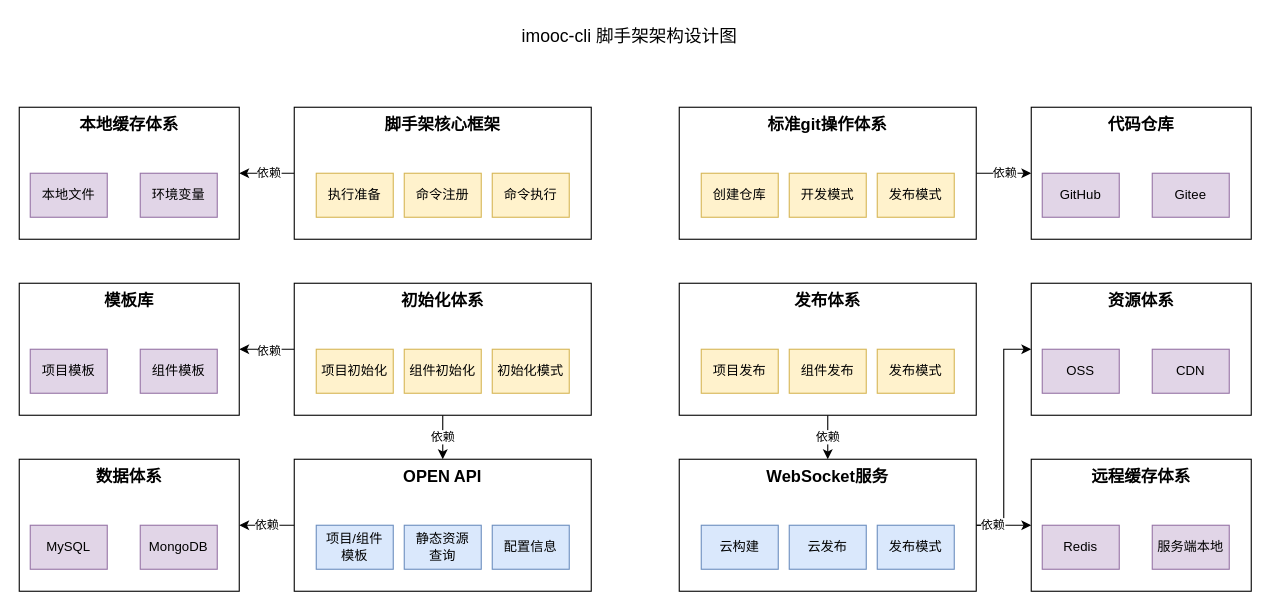
This is imooc/fe-architect/imooc-cli脚手架架构设计图.drawio from djzhao627/draw.io, a draw.io file, before an edit. Source tidied: cells renumbered, new cells numbered last; positions are measured from the earlier drawing's top-left corner, leaving out a move shared by most shapes. Both pictures are drawn from the tidied source at 110%, with x=0, y=0 at pixel (19, 19).
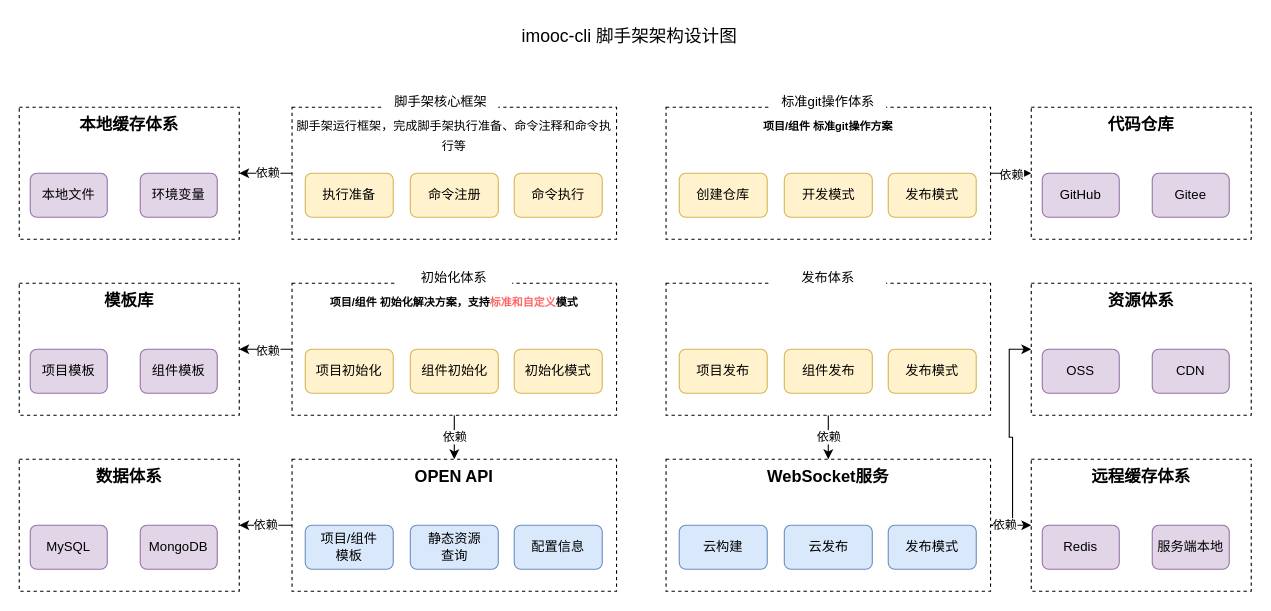
The same diagram, later.

Commit message (it also covers changes not shown here):
更新imooc-cli脚手架架构设计图.drawio

Change to the diagram source:
```diff
@@
-    <mxCell id="5" value="脚手架核心框架" style="rounded=0;whiteSpace=wrap;html=1;verticalAlign=top;fontSize=15;fontStyle=1;" parent="1" vertex="1">
-      <mxGeometry x="250" y="80" width="270" height="120" as="geometry" />
+    <mxCell id="5" value="&lt;span style=&quot;font-weight: normal;&quot;&gt;&lt;font style=&quot;font-size: 11px;&quot;&gt;脚手架运行框架，完成脚手架执行准备、命令注释和命令执行等&lt;/font&gt;&lt;/span&gt;" style="rounded=0;whiteSpace=wrap;html=1;verticalAlign=top;fontSize=15;fontStyle=1;dashed=1;" parent="1" vertex="1">
+      <mxGeometry x="248" y="80" width="295" height="120" as="geometry" />
     </mxCell>
@@
-    <mxCell id="8" value="标准git操作体系" style="rounded=0;whiteSpace=wrap;html=1;verticalAlign=top;fontSize=15;fontStyle=1;" parent="1" vertex="1">
-      <mxGeometry x="600" y="80" width="270" height="120" as="geometry" />
+    <mxCell id="8" value="&lt;font style=&quot;font-size: 10px;&quot;&gt;项目/组件 标准git操作方案&lt;/font&gt;" style="rounded=0;whiteSpace=wrap;html=1;verticalAlign=top;fontSize=15;fontStyle=1;dashed=1;" parent="1" vertex="1">
+      <mxGeometry x="588" y="80" width="295" height="120" as="geometry" />
     </mxCell>
@@
-    <mxCell id="12" value="初始化体系&lt;br&gt;" style="rounded=0;whiteSpace=wrap;html=1;verticalAlign=top;fontSize=15;fontStyle=1;" parent="1" vertex="1">
-      <mxGeometry x="250" y="240" width="270" height="120" as="geometry" />
+    <mxCell id="12" value="&lt;font style=&quot;font-size: 10px;&quot;&gt;项目/组件 初始化解决方案，支持&lt;font color=&quot;#ff6666&quot;&gt;标准和自定义&lt;/font&gt;模式&lt;/font&gt;" style="rounded=0;whiteSpace=wrap;html=1;verticalAlign=top;fontSize=15;fontStyle=1;dashed=1;" parent="1" vertex="1">
+      <mxGeometry x="248" y="240" width="295" height="120" as="geometry" />
     </mxCell>
@@
-    <mxCell id="14" value="发布体系" style="rounded=0;whiteSpace=wrap;html=1;verticalAlign=top;fontSize=15;fontStyle=1;" parent="1" vertex="1">
-      <mxGeometry x="600" y="240" width="270" height="120" as="geometry" />
+    <mxCell id="14" style="rounded=0;whiteSpace=wrap;html=1;verticalAlign=top;fontSize=15;fontStyle=1;dashed=1;" parent="1" vertex="1">
+      <mxGeometry x="588" y="240" width="295" height="120" as="geometry" />
     </mxCell>
@@
-    <mxCell id="16" value="OPEN API" style="rounded=0;whiteSpace=wrap;html=1;verticalAlign=top;fontSize=15;fontStyle=1;" parent="1" vertex="1">
-      <mxGeometry x="250" y="400" width="270" height="120" as="geometry" />
+    <mxCell id="16" value="OPEN API" style="rounded=0;whiteSpace=wrap;html=1;verticalAlign=top;fontSize=15;fontStyle=1;dashed=1;" parent="1" vertex="1">
+      <mxGeometry x="248" y="400" width="295" height="120" as="geometry" />
     </mxCell>
@@
-    <mxCell id="20" value="WebSocket服务" style="rounded=0;whiteSpace=wrap;html=1;verticalAlign=top;fontSize=15;fontStyle=1;" parent="1" vertex="1">
-      <mxGeometry x="600" y="400" width="270" height="120" as="geometry" />
+    <mxCell id="20" value="WebSocket服务" style="rounded=0;whiteSpace=wrap;html=1;verticalAlign=top;fontSize=15;fontStyle=1;dashed=1;" parent="1" vertex="1">
+      <mxGeometry x="588" y="400" width="295" height="120" as="geometry" />
     </mxCell>
-    <mxCell id="21" value="项目初始化" style="rounded=0;whiteSpace=wrap;html=1;fillColor=#fff2cc;strokeColor=#d6b656;" parent="1" vertex="1">
-      <mxGeometry x="270" y="300" width="70" height="40" as="geometry" />
+    <mxCell id="21" value="项目初始化" style="rounded=1;whiteSpace=wrap;html=1;fillColor=#fff2cc;strokeColor=#d6b656;" parent="1" vertex="1">
+      <mxGeometry x="260" y="300" width="80" height="40" as="geometry" />
     </mxCell>
-    <mxCell id="22" value="组件初始化" style="rounded=0;whiteSpace=wrap;html=1;fillColor=#fff2cc;strokeColor=#d6b656;" parent="1" vertex="1">
-      <mxGeometry x="350" y="300" width="70" height="40" as="geometry" />
+    <mxCell id="22" value="组件初始化" style="rounded=1;whiteSpace=wrap;html=1;fillColor=#fff2cc;strokeColor=#d6b656;" parent="1" vertex="1">
+      <mxGeometry x="355.5" y="300" width="80" height="40" as="geometry" />
     </mxCell>
-    <mxCell id="23" value="初始化模式" style="rounded=0;whiteSpace=wrap;html=1;fillColor=#fff2cc;strokeColor=#d6b656;" parent="1" vertex="1">
-      <mxGeometry x="430" y="300" width="70" height="40" as="geometry" />
+    <mxCell id="23" value="初始化模式" style="rounded=1;whiteSpace=wrap;html=1;fillColor=#fff2cc;strokeColor=#d6b656;" parent="1" vertex="1">
+      <mxGeometry x="450" y="300" width="80" height="40" as="geometry" />
     </mxCell>
-    <mxCell id="24" value="项目发布" style="rounded=0;whiteSpace=wrap;html=1;fillColor=#fff2cc;strokeColor=#d6b656;" parent="1" vertex="1">
-      <mxGeometry x="620" y="300" width="70" height="40" as="geometry" />
+    <mxCell id="24" value="项目发布" style="rounded=1;whiteSpace=wrap;html=1;fillColor=#fff2cc;strokeColor=#d6b656;" parent="1" vertex="1">
+      <mxGeometry x="600" y="300" width="80" height="40" as="geometry" />
     </mxCell>
-    <mxCell id="25" value="组件发布" style="rounded=0;whiteSpace=wrap;html=1;fillColor=#fff2cc;strokeColor=#d6b656;" parent="1" vertex="1">
-      <mxGeometry x="700" y="300" width="70" height="40" as="geometry" />
+    <mxCell id="25" value="组件发布" style="rounded=1;whiteSpace=wrap;html=1;fillColor=#fff2cc;strokeColor=#d6b656;" parent="1" vertex="1">
+      <mxGeometry x="695.5" y="300" width="80" height="40" as="geometry" />
     </mxCell>
-    <mxCell id="26" value="发布模式" style="rounded=0;whiteSpace=wrap;html=1;fillColor=#fff2cc;strokeColor=#d6b656;" parent="1" vertex="1">
-      <mxGeometry x="780" y="300" width="70" height="40" as="geometry" />
+    <mxCell id="26" value="发布模式" style="rounded=1;whiteSpace=wrap;html=1;fillColor=#fff2cc;strokeColor=#d6b656;" parent="1" vertex="1">
+      <mxGeometry x="790" y="300" width="80" height="40" as="geometry" />
     </mxCell>
-    <mxCell id="27" value="云构建" style="rounded=0;whiteSpace=wrap;html=1;fillColor=#dae8fc;strokeColor=#6c8ebf;" parent="1" vertex="1">
-      <mxGeometry x="620" y="460" width="70" height="40" as="geometry" />
+    <mxCell id="27" value="云构建" style="rounded=1;whiteSpace=wrap;html=1;fillColor=#dae8fc;strokeColor=#6c8ebf;" parent="1" vertex="1">
+      <mxGeometry x="600" y="460" width="80" height="40" as="geometry" />
     </mxCell>
-    <mxCell id="28" value="云发布" style="rounded=0;whiteSpace=wrap;html=1;fillColor=#dae8fc;strokeColor=#6c8ebf;" parent="1" vertex="1">
-      <mxGeometry x="700" y="460" width="70" height="40" as="geometry" />
+    <mxCell id="28" value="云发布" style="rounded=1;whiteSpace=wrap;html=1;fillColor=#dae8fc;strokeColor=#6c8ebf;" parent="1" vertex="1">
+      <mxGeometry x="695.5" y="460" width="80" height="40" as="geometry" />
     </mxCell>
-    <mxCell id="29" value="发布模式" style="rounded=0;whiteSpace=wrap;html=1;fillColor=#dae8fc;strokeColor=#6c8ebf;" parent="1" vertex="1">
-      <mxGeometry x="780" y="460" width="70" height="40" as="geometry" />
+    <mxCell id="29" value="发布模式" style="rounded=1;whiteSpace=wrap;html=1;fillColor=#dae8fc;strokeColor=#6c8ebf;" parent="1" vertex="1">
+      <mxGeometry x="790" y="460" width="80" height="40" as="geometry" />
     </mxCell>
-    <mxCell id="30" value="静态资源&lt;br&gt;查询" style="rounded=0;whiteSpace=wrap;html=1;fillColor=#dae8fc;strokeColor=#6c8ebf;" parent="1" vertex="1">
-      <mxGeometry x="350" y="460" width="70" height="40" as="geometry" />
+    <mxCell id="30" value="静态资源&lt;br&gt;查询" style="rounded=1;whiteSpace=wrap;html=1;fillColor=#dae8fc;strokeColor=#6c8ebf;" parent="1" vertex="1">
+      <mxGeometry x="355.5" y="460" width="80" height="40" as="geometry" />
     </mxCell>
-    <mxCell id="31" value="配置信息" style="rounded=0;whiteSpace=wrap;html=1;fillColor=#dae8fc;strokeColor=#6c8ebf;" parent="1" vertex="1">
-      <mxGeometry x="430" y="460" width="70" height="40" as="geometry" />
+    <mxCell id="31" value="配置信息" style="rounded=1;whiteSpace=wrap;html=1;fillColor=#dae8fc;strokeColor=#6c8ebf;" parent="1" vertex="1">
+      <mxGeometry x="450" y="460" width="80" height="40" as="geometry" />
     </mxCell>
-    <mxCell id="32" value="项目/组件&lt;br&gt;模板" style="rounded=0;whiteSpace=wrap;html=1;fillColor=#dae8fc;strokeColor=#6c8ebf;" parent="1" vertex="1">
-      <mxGeometry x="270" y="460" width="70" height="40" as="geometry" />
+    <mxCell id="32" value="项目/组件&lt;br&gt;模板" style="rounded=1;whiteSpace=wrap;html=1;fillColor=#dae8fc;strokeColor=#6c8ebf;" parent="1" vertex="1">
+      <mxGeometry x="260" y="460" width="80" height="40" as="geometry" />
     </mxCell>
-    <mxCell id="33" value="创建仓库" style="rounded=0;whiteSpace=wrap;html=1;fillColor=#fff2cc;strokeColor=#d6b656;" parent="1" vertex="1">
-      <mxGeometry x="620" y="140" width="70" height="40" as="geometry" />
+    <mxCell id="33" value="创建仓库" style="rounded=1;whiteSpace=wrap;html=1;fillColor=#fff2cc;strokeColor=#d6b656;" parent="1" vertex="1">
+      <mxGeometry x="600" y="140" width="80" height="40" as="geometry" />
     </mxCell>
-    <mxCell id="34" value="开发模式" style="rounded=0;whiteSpace=wrap;html=1;fillColor=#fff2cc;strokeColor=#d6b656;" parent="1" vertex="1">
-      <mxGeometry x="700" y="140" width="70" height="40" as="geometry" />
+    <mxCell id="34" value="开发模式" style="rounded=1;whiteSpace=wrap;html=1;fillColor=#fff2cc;strokeColor=#d6b656;" parent="1" vertex="1">
+      <mxGeometry x="695.5" y="140" width="80" height="40" as="geometry" />
     </mxCell>
-    <mxCell id="35" value="发布模式" style="rounded=0;whiteSpace=wrap;html=1;fillColor=#fff2cc;strokeColor=#d6b656;" parent="1" vertex="1">
-      <mxGeometry x="780" y="140" width="70" height="40" as="geometry" />
+    <mxCell id="35" value="发布模式" style="rounded=1;whiteSpace=wrap;html=1;fillColor=#fff2cc;strokeColor=#d6b656;" parent="1" vertex="1">
+      <mxGeometry x="790" y="140" width="80" height="40" as="geometry" />
     </mxCell>
-    <mxCell id="36" value="执行准备" style="rounded=0;whiteSpace=wrap;html=1;fillColor=#fff2cc;strokeColor=#d6b656;" parent="1" vertex="1">
-      <mxGeometry x="270" y="140" width="70" height="40" as="geometry" />
+    <mxCell id="36" value="执行准备" style="rounded=1;whiteSpace=wrap;html=1;fillColor=#fff2cc;strokeColor=#d6b656;" parent="1" vertex="1">
+      <mxGeometry x="260" y="140" width="80" height="40" as="geometry" />
     </mxCell>
-    <mxCell id="37" value="命令执行" style="rounded=0;whiteSpace=wrap;html=1;fillColor=#fff2cc;strokeColor=#d6b656;" parent="1" vertex="1">
-      <mxGeometry x="430" y="140" width="70" height="40" as="geometry" />
+    <mxCell id="37" value="命令执行" style="rounded=1;whiteSpace=wrap;html=1;fillColor=#fff2cc;strokeColor=#d6b656;" parent="1" vertex="1">
+      <mxGeometry x="450" y="140" width="80" height="40" as="geometry" />
     </mxCell>
-    <mxCell id="38" value="命令注册" style="rounded=0;whiteSpace=wrap;html=1;fillColor=#fff2cc;strokeColor=#d6b656;" parent="1" vertex="1">
-      <mxGeometry x="350" y="140" width="70" height="40" as="geometry" />
+    <mxCell id="38" value="命令注册" style="rounded=1;whiteSpace=wrap;html=1;fillColor=#fff2cc;strokeColor=#d6b656;" parent="1" vertex="1">
+      <mxGeometry x="355.5" y="140" width="80" height="40" as="geometry" />
     </mxCell>
-    <mxCell id="39" value="代码仓库" style="rounded=0;whiteSpace=wrap;html=1;verticalAlign=top;fontSize=15;fontStyle=1;" parent="1" vertex="1">
+    <mxCell id="39" value="代码仓库" style="rounded=0;whiteSpace=wrap;html=1;verticalAlign=top;fontSize=15;fontStyle=1;dashed=1;" parent="1" vertex="1">
       <mxGeometry x="920" y="80" width="200" height="120" as="geometry" />
     </mxCell>
-    <mxCell id="40" value="GitHub" style="rounded=0;whiteSpace=wrap;html=1;fillColor=#e1d5e7;strokeColor=#9673a6;" parent="1" vertex="1">
+    <mxCell id="40" value="GitHub" style="rounded=1;whiteSpace=wrap;html=1;fillColor=#e1d5e7;strokeColor=#9673a6;" parent="1" vertex="1">
       <mxGeometry x="930" y="140" width="70" height="40" as="geometry" />
     </mxCell>
-    <mxCell id="41" value="Gitee" style="rounded=0;whiteSpace=wrap;html=1;fillColor=#e1d5e7;strokeColor=#9673a6;" parent="1" vertex="1">
+    <mxCell id="41" value="Gitee" style="rounded=1;whiteSpace=wrap;html=1;fillColor=#e1d5e7;strokeColor=#9673a6;" parent="1" vertex="1">
       <mxGeometry x="1030" y="140" width="70" height="40" as="geometry" />
     </mxCell>
-    <mxCell id="42" value="资源体系" style="rounded=0;whiteSpace=wrap;html=1;verticalAlign=top;fontSize=15;fontStyle=1;" parent="1" vertex="1">
+    <mxCell id="42" value="资源体系" style="rounded=0;whiteSpace=wrap;html=1;verticalAlign=top;fontSize=15;fontStyle=1;dashed=1;" parent="1" vertex="1">
       <mxGeometry x="920" y="240" width="200" height="120" as="geometry" />
     </mxCell>
-    <mxCell id="43" value="OSS" style="rounded=0;whiteSpace=wrap;html=1;fillColor=#e1d5e7;strokeColor=#9673a6;" parent="1" vertex="1">
+    <mxCell id="43" value="OSS" style="rounded=1;whiteSpace=wrap;html=1;fillColor=#e1d5e7;strokeColor=#9673a6;" parent="1" vertex="1">
       <mxGeometry x="930" y="300" width="70" height="40" as="geometry" />
     </mxCell>
-    <mxCell id="44" value="CDN" style="rounded=0;whiteSpace=wrap;html=1;fillColor=#e1d5e7;strokeColor=#9673a6;" parent="1" vertex="1">
+    <mxCell id="44" value="CDN" style="rounded=1;whiteSpace=wrap;html=1;fillColor=#e1d5e7;strokeColor=#9673a6;" parent="1" vertex="1">
       <mxGeometry x="1030" y="300" width="70" height="40" as="geometry" />
     </mxCell>
-    <mxCell id="45" value="远程缓存体系" style="rounded=0;whiteSpace=wrap;html=1;verticalAlign=top;fontSize=15;fontStyle=1;" parent="1" vertex="1">
+    <mxCell id="45" value="远程缓存体系" style="rounded=0;whiteSpace=wrap;html=1;verticalAlign=top;fontSize=15;fontStyle=1;dashed=1;" parent="1" vertex="1">
       <mxGeometry x="920" y="400" width="200" height="120" as="geometry" />
     </mxCell>
-    <mxCell id="46" value="Redis" style="rounded=0;whiteSpace=wrap;html=1;fillColor=#e1d5e7;strokeColor=#9673a6;" parent="1" vertex="1">
+    <mxCell id="46" value="Redis" style="rounded=1;whiteSpace=wrap;html=1;fillColor=#e1d5e7;strokeColor=#9673a6;" parent="1" vertex="1">
       <mxGeometry x="930" y="460" width="70" height="40" as="geometry" />
     </mxCell>
-    <mxCell id="47" value="服务端本地" style="rounded=0;whiteSpace=wrap;html=1;fillColor=#e1d5e7;strokeColor=#9673a6;" parent="1" vertex="1">
+    <mxCell id="47" value="服务端本地" style="rounded=1;whiteSpace=wrap;html=1;fillColor=#e1d5e7;strokeColor=#9673a6;" parent="1" vertex="1">
       <mxGeometry x="1030" y="460" width="70" height="40" as="geometry" />
     </mxCell>
-    <mxCell id="48" value="本地缓存体系" style="rounded=0;whiteSpace=wrap;html=1;verticalAlign=top;fontSize=15;fontStyle=1;" parent="1" vertex="1">
+    <mxCell id="48" value="本地缓存体系" style="rounded=0;whiteSpace=wrap;html=1;verticalAlign=top;fontSize=15;fontStyle=1;dashed=1;" parent="1" vertex="1">
       <mxGeometry y="80" width="200" height="120" as="geometry" />
     </mxCell>
-    <mxCell id="49" value="本地文件" style="rounded=0;whiteSpace=wrap;html=1;fillColor=#e1d5e7;strokeColor=#9673a6;" parent="1" vertex="1">
+    <mxCell id="49" value="本地文件" style="rounded=1;whiteSpace=wrap;html=1;fillColor=#e1d5e7;strokeColor=#9673a6;" parent="1" vertex="1">
       <mxGeometry x="10" y="140" width="70" height="40" as="geometry" />
     </mxCell>
-    <mxCell id="50" value="环境变量" style="rounded=0;whiteSpace=wrap;html=1;fillColor=#e1d5e7;strokeColor=#9673a6;" parent="1" vertex="1">
+    <mxCell id="50" value="环境变量" style="rounded=1;whiteSpace=wrap;html=1;fillColor=#e1d5e7;strokeColor=#9673a6;" parent="1" vertex="1">
       <mxGeometry x="110" y="140" width="70" height="40" as="geometry" />
     </mxCell>
-    <mxCell id="51" value="模板库" style="rounded=0;whiteSpace=wrap;html=1;verticalAlign=top;fontSize=15;fontStyle=1;" parent="1" vertex="1">
+    <mxCell id="51" value="模板库" style="rounded=0;whiteSpace=wrap;html=1;verticalAlign=top;fontSize=15;fontStyle=1;dashed=1;" parent="1" vertex="1">
       <mxGeometry y="240" width="200" height="120" as="geometry" />
     </mxCell>
-    <mxCell id="52" value="项目模板" style="rounded=0;whiteSpace=wrap;html=1;fillColor=#e1d5e7;strokeColor=#9673a6;" parent="1" vertex="1">
+    <mxCell id="52" value="项目模板" style="rounded=1;whiteSpace=wrap;html=1;fillColor=#e1d5e7;strokeColor=#9673a6;" parent="1" vertex="1">
       <mxGeometry x="10" y="300" width="70" height="40" as="geometry" />
     </mxCell>
-    <mxCell id="53" value="组件模板" style="rounded=0;whiteSpace=wrap;html=1;fillColor=#e1d5e7;strokeColor=#9673a6;" parent="1" vertex="1">
+    <mxCell id="53" value="组件模板" style="rounded=1;whiteSpace=wrap;html=1;fillColor=#e1d5e7;strokeColor=#9673a6;" parent="1" vertex="1">
       <mxGeometry x="110" y="300" width="70" height="40" as="geometry" />
     </mxCell>
-    <mxCell id="54" value="数据体系" style="rounded=0;whiteSpace=wrap;html=1;verticalAlign=top;fontSize=15;fontStyle=1;" parent="1" vertex="1">
+    <mxCell id="54" value="数据体系" style="rounded=0;whiteSpace=wrap;html=1;verticalAlign=top;fontSize=15;fontStyle=1;dashed=1;" parent="1" vertex="1">
       <mxGeometry y="400" width="200" height="120" as="geometry" />
     </mxCell>
-    <mxCell id="55" value="MySQL" style="rounded=0;whiteSpace=wrap;html=1;fillColor=#e1d5e7;strokeColor=#9673a6;" parent="1" vertex="1">
+    <mxCell id="55" value="MySQL" style="rounded=1;whiteSpace=wrap;html=1;fillColor=#e1d5e7;strokeColor=#9673a6;" parent="1" vertex="1">
       <mxGeometry x="10" y="460" width="70" height="40" as="geometry" />
     </mxCell>
-    <mxCell id="56" value="MongoDB" style="rounded=0;whiteSpace=wrap;html=1;fillColor=#e1d5e7;strokeColor=#9673a6;" parent="1" vertex="1">
+    <mxCell id="56" value="MongoDB" style="rounded=1;whiteSpace=wrap;html=1;fillColor=#e1d5e7;strokeColor=#9673a6;" parent="1" vertex="1">
       <mxGeometry x="110" y="460" width="70" height="40" as="geometry" />
     </mxCell>
+    <mxCell id="57" value="脚手架核心框架" style="whiteSpace=wrap;html=1;strokeColor=none;" parent="1" vertex="1">
+      <mxGeometry x="330.5" y="60" width="105" height="30" as="geometry" />
+    </mxCell>
+    <mxCell id="58" value="标准git操作体系" style="whiteSpace=wrap;html=1;strokeColor=none;" parent="1" vertex="1">
+      <mxGeometry x="683" y="60" width="105" height="30" as="geometry" />
+    </mxCell>
+    <mxCell id="59" value="发布体系" style="whiteSpace=wrap;html=1;strokeColor=none;" parent="1" vertex="1">
+      <mxGeometry x="683" y="220" width="105" height="30" as="geometry" />
+    </mxCell>
+    <mxCell id="60" value="初始化体系" style="whiteSpace=wrap;html=1;strokeColor=none;" parent="1" vertex="1">
+      <mxGeometry x="343" y="220" width="105" height="30" as="geometry" />
+    </mxCell>
```
